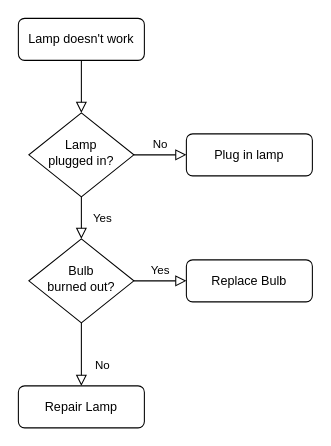
Above: chat.drawio in oppo-80343438/flowChart (draw.io), before the change. Source tidied: cells renumbered, new cells numbered last; positions are measured from the earlier drawing's top-left corner, leaving out a move shared by most shapes. Both pictures are drawn from the tidied source at 105%, with x=0, y=0 at pixel (18, 18).
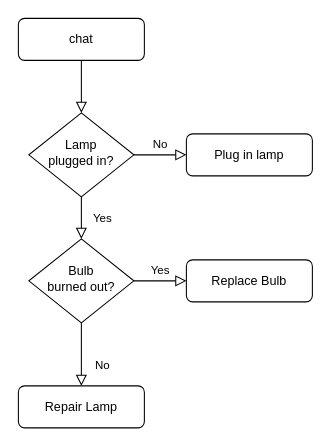
Above is the later version.

What changed in the source:
```diff
@@
 <mxGraphModel>
   <root>
     <mxCell id="0" />
     <mxCell id="1" parent="0" />
     <mxCell id="2" style="rounded=0;html=1;jettySize=auto;fontSize=11;endArrow=block;endFill=0;endSize=8;strokeWidth=1;shadow=0;labelBackgroundColor=none;edgeStyle=orthogonalEdgeStyle;" parent="1" edge="1" source="3" target="6">
       <mxGeometry relative="1" as="geometry" />
     </mxCell>
-    <mxCell id="3" value="Lamp doesn't work" style="rounded=1;whiteSpace=wrap;html=1;fontSize=12;glass=0;strokeWidth=1;shadow=0;" parent="1" vertex="1">
+    <mxCell id="3" value="chat" style="rounded=1;whiteSpace=wrap;html=1;fontSize=12;glass=0;strokeWidth=1;shadow=0;" parent="1" vertex="1">
       <mxGeometry width="120" height="40" as="geometry" />
     </mxCell>
     <mxCell id="4" value="Yes" style="rounded=0;html=1;jettySize=auto;fontSize=11;endArrow=block;endFill=0;endSize=8;strokeWidth=1;shadow=0;labelBackgroundColor=none;edgeStyle=orthogonalEdgeStyle;" parent="1" edge="1" source="6" target="10">
       <mxGeometry y="20" relative="1" as="geometry" />
     </mxCell>
     <mxCell id="5" value="No" style="edgeStyle=orthogonalEdgeStyle;rounded=0;html=1;jettySize=auto;fontSize=11;endArrow=block;endFill=0;endSize=8;strokeWidth=1;shadow=0;labelBackgroundColor=none;" parent="1" edge="1" source="6" target="7">
       <mxGeometry y="10" relative="1" as="geometry" />
     </mxCell>
     <mxCell id="6" value="Lamp&lt;br&gt;plugged in?" style="rhombus;whiteSpace=wrap;html=1;shadow=0;fontFamily=Helvetica;fontSize=12;align=center;strokeWidth=1;spacing=6;spacingTop=-4;" parent="1" vertex="1">
       <mxGeometry x="10" y="90" width="100" height="80" as="geometry" />
     </mxCell>
     <mxCell id="7" value="Plug in lamp" style="rounded=1;whiteSpace=wrap;html=1;fontSize=12;glass=0;strokeWidth=1;shadow=0;" parent="1" vertex="1">
       <mxGeometry x="160" y="110" width="120" height="40" as="geometry" />
     </mxCell>
     <mxCell id="8" value="No" style="rounded=0;html=1;jettySize=auto;fontSize=11;endArrow=block;endFill=0;endSize=8;strokeWidth=1;shadow=0;labelBackgroundColor=none;edgeStyle=orthogonalEdgeStyle;" parent="1" edge="1" source="10" target="11">
       <mxGeometry x="0.33" y="20" relative="1" as="geometry" />
     </mxCell>
     <mxCell id="9" value="Yes" style="edgeStyle=orthogonalEdgeStyle;rounded=0;html=1;jettySize=auto;fontSize=11;endArrow=block;endFill=0;endSize=8;strokeWidth=1;shadow=0;labelBackgroundColor=none;" parent="1" edge="1" source="10" target="12">
       <mxGeometry y="10" relative="1" as="geometry" />
     </mxCell>
     <mxCell id="10" value="Bulb&lt;br&gt;burned out?" style="rhombus;whiteSpace=wrap;html=1;shadow=0;fontFamily=Helvetica;fontSize=12;align=center;strokeWidth=1;spacing=6;spacingTop=-4;" parent="1" vertex="1">
       <mxGeometry x="10" y="210" width="100" height="80" as="geometry" />
     </mxCell>
     <mxCell id="11" value="Repair Lamp" style="rounded=1;whiteSpace=wrap;html=1;fontSize=12;glass=0;strokeWidth=1;shadow=0;" parent="1" vertex="1">
       <mxGeometry y="350" width="120" height="40" as="geometry" />
     </mxCell>
     <mxCell id="12" value="Replace Bulb" style="rounded=1;whiteSpace=wrap;html=1;fontSize=12;glass=0;strokeWidth=1;shadow=0;" parent="1" vertex="1">
       <mxGeometry x="160" y="230" width="120" height="40" as="geometry" />
     </mxCell>
   </root>
 </mxGraphModel>
```
